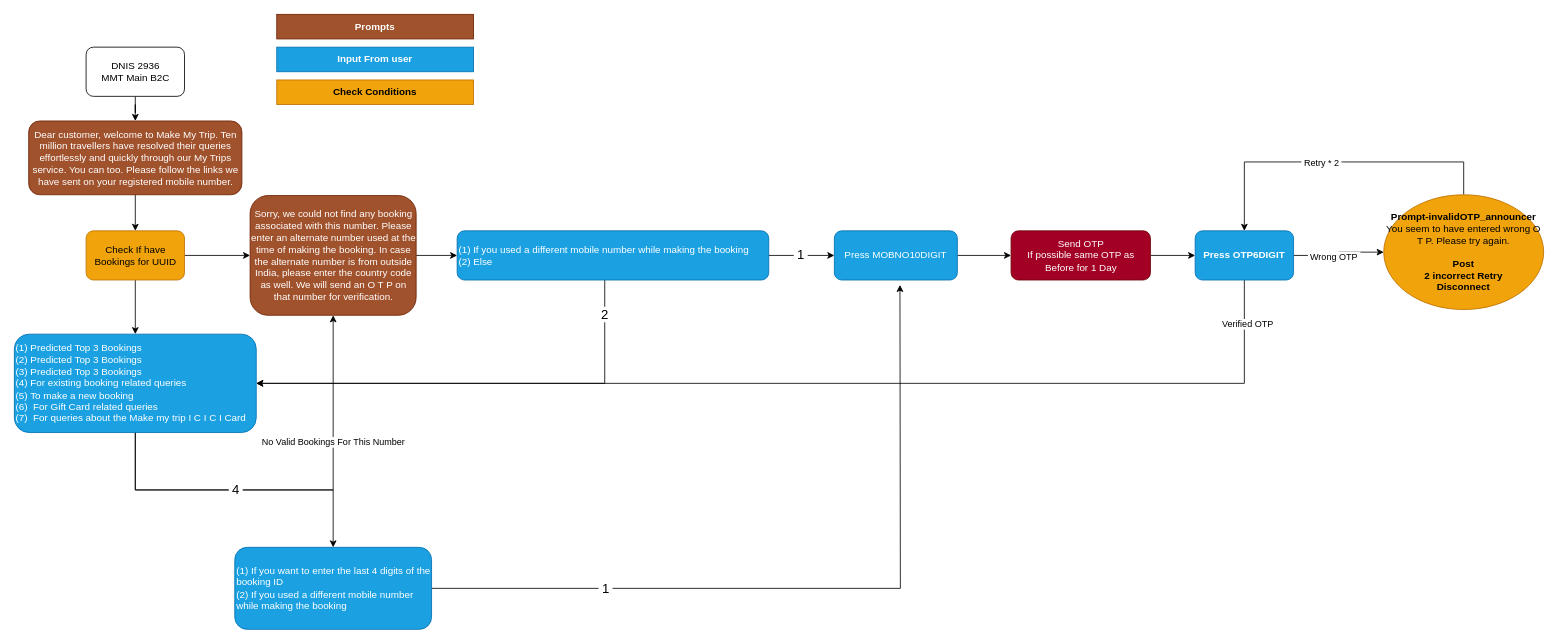
Earlier version of the draw.io diagram IVR.drawio (gommtsahil/draw.io). Source tidied: cells renumbered, new cells numbered last; positions are measured from the earlier drawing's top-left corner, leaving out a move shared by most shapes. Both pictures are drawn from the tidied source at 82%, with x=0, y=0 at pixel (14, 14).
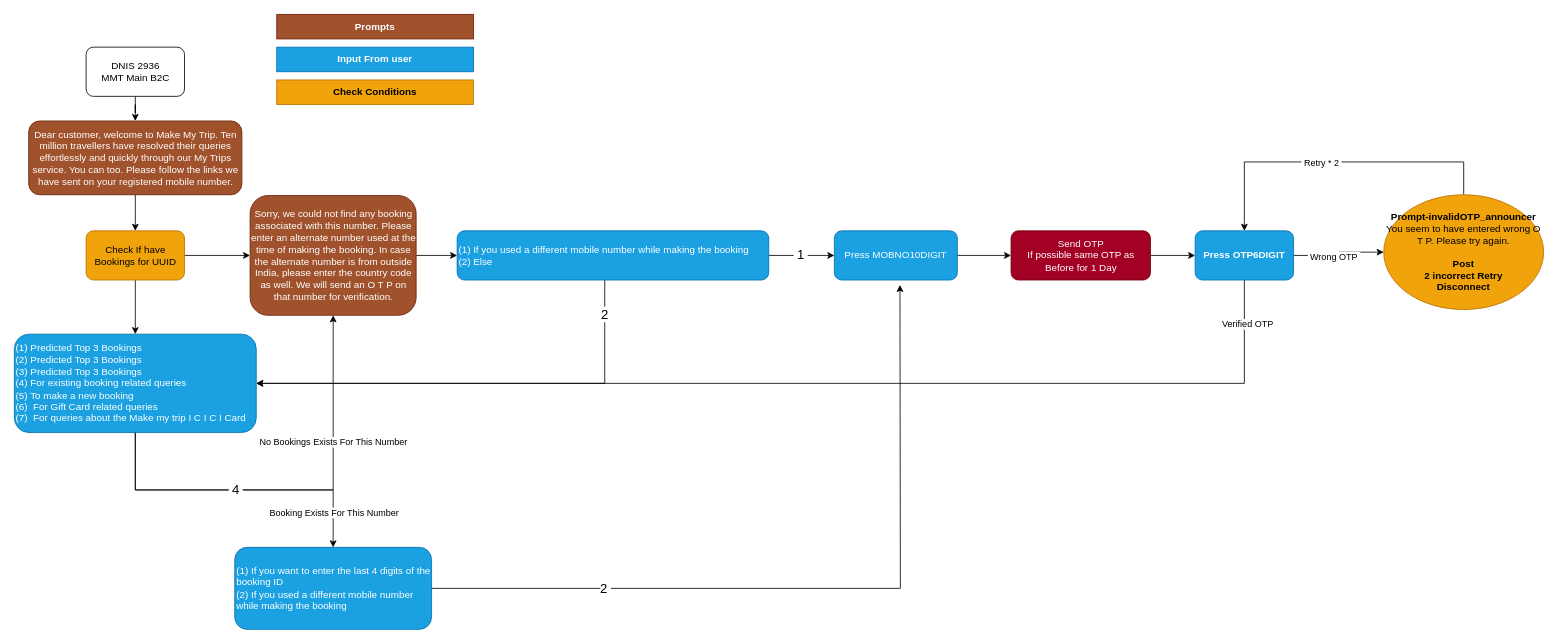
Above is the later version.

The change refers to these unchanged cells:
```xml
<mxCell id="14" style="edgeStyle=orthogonalEdgeStyle;rounded=0;jettySize=auto;html=1;" parent="1" edge="1" source="18" target="32">
  <mxGeometry relative="1" as="geometry">
    <Array as="points">
      <mxPoint x="147.5" y="580" />
      <mxPoint x="388.8" y="580" />
    </Array>
  </mxGeometry>
</mxCell>
<mxCell id="16" style="edgeStyle=orthogonalEdgeStyle;rounded=0;jettySize=auto;html=1;" parent="1" edge="1" source="18" target="38">
  <mxGeometry relative="1" as="geometry" />
</mxCell>
<mxCell id="36" style="edgeStyle=orthogonalEdgeStyle;rounded=0;jettySize=auto;html=1;" parent="1" edge="1" source="38">
  <mxGeometry relative="1" as="geometry">
    <mxPoint x="1080" y="330" as="targetPoint" />
  </mxGeometry>
</mxCell>
```

What changed in the source:
```diff
@@
-    <mxCell id="15" value="No Valid Bookings For This Number" style="edgeLabel;html=1;align=center;verticalAlign=middle;" parent="14" vertex="1">
+    <mxCell id="15" value="&lt;div&gt;No Bookings Exists&amp;nbsp;For This Number&lt;/div&gt;" style="edgeLabel;html=1;align=center;verticalAlign=middle;" parent="14" vertex="1">
       <mxGeometry x="0.44" y="4" relative="1" as="geometry">
         <mxPoint x="4" y="7" as="offset" />
       </mxGeometry>
     </mxCell>
@@
+    <mxCell id="39" value="Booking Exists For This Number" style="edgeLabel;html=1;align=center;verticalAlign=middle;" parent="16" vertex="1">
+      <mxGeometry x="0.78" y="1" relative="1" as="geometry" />
+    </mxCell>
@@
-    <mxCell id="37" value="&lt;font style=&quot;font-size: 16px;&quot;&gt;&amp;nbsp;1&amp;nbsp;&lt;/font&gt;" style="edgeLabel;html=1;align=center;verticalAlign=middle;" parent="36" vertex="1">
+    <mxCell id="37" value="2&amp;nbsp;" style="edgeLabel;html=1;align=center;verticalAlign=middle;fontSize=16;" parent="36" vertex="1">
       <mxGeometry x="-0.49" y="1" relative="1" as="geometry">
         <mxPoint x="-28" as="offset" />
       </mxGeometry>
     </mxCell>
```
